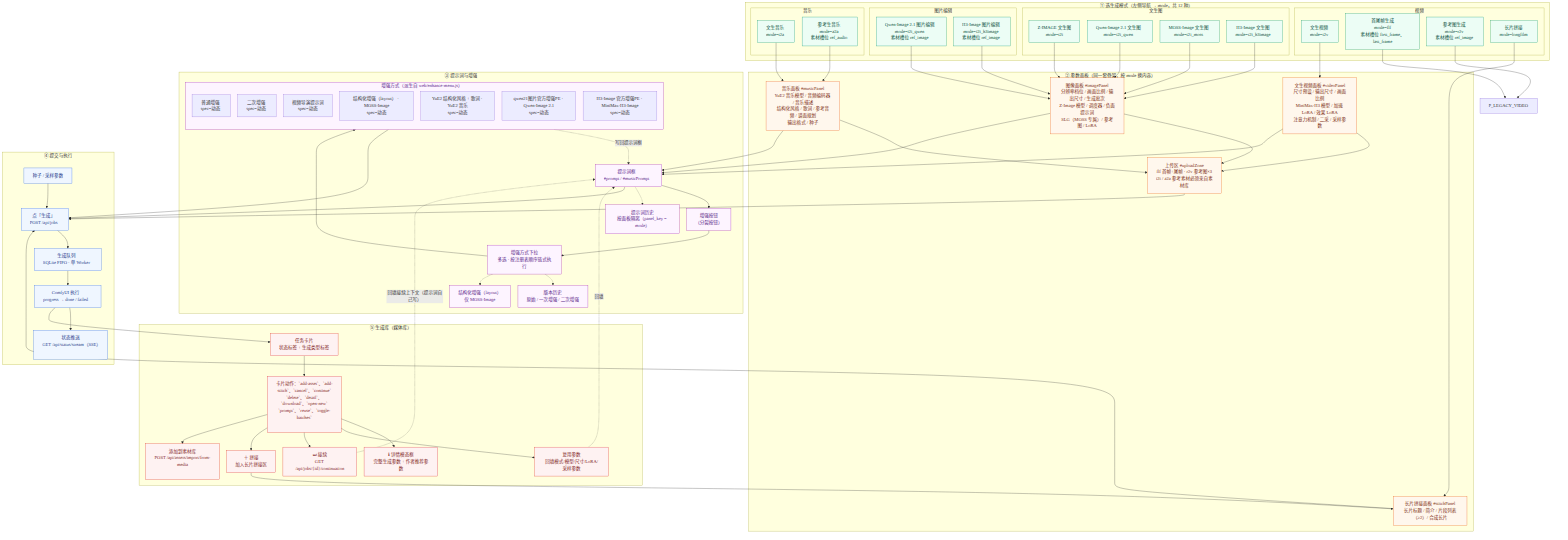
This is docs/交互流程图-创作链路.png from pixelaigc/ComfyUI-MiniMax-H3-Studio, a Mermaid export, as it was before one commit. Its source is kept beside it as docs/交互流程图-创作链路.mmd.
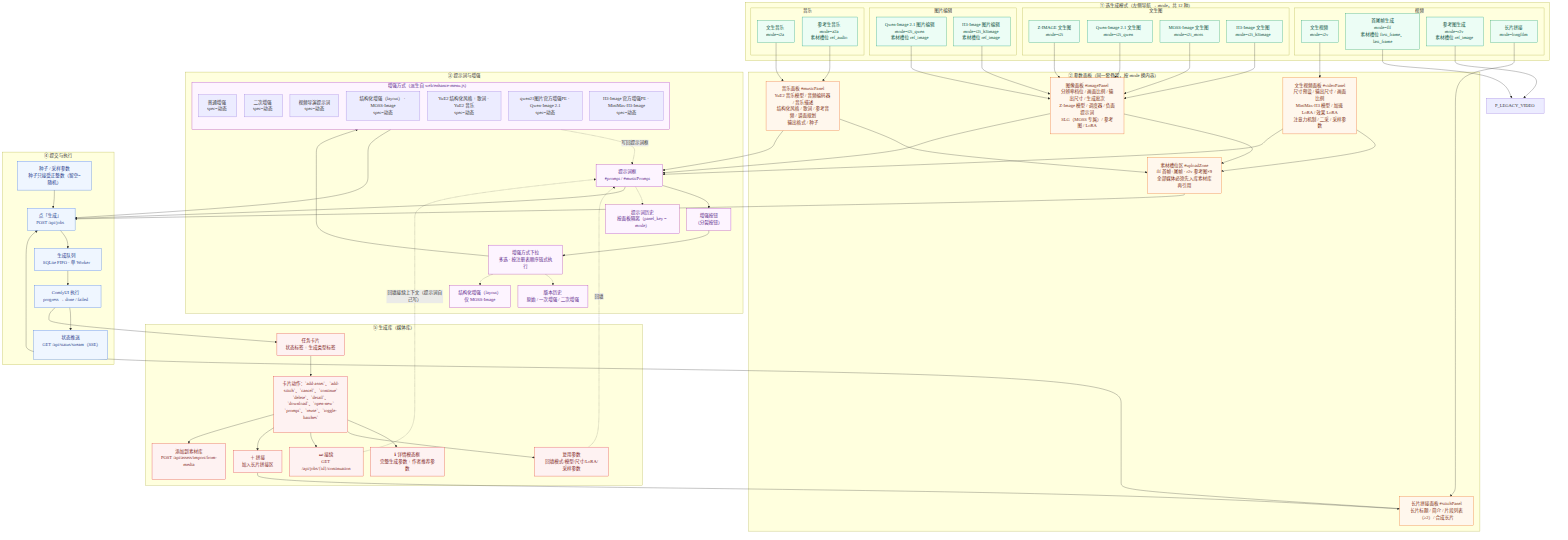
The same file after the commit.

Diff of the diagram source:
```diff
@@ -35,7 +35,7 @@
     P_IMAGE["图像面板 #imagePanel<br/>分辨率档位 / 画面比例 / 输出尺寸 / 生成批次<br/>Z-Image 模型 / 调度器 / 负面提示词<br/>SLG（MOSS 专属）/ 参考图 / LoRA"]
     P_MUSIC["音乐面板 #musicPanel<br/>YuE2 音乐模型 / 音频编码器 / 音乐描述<br/>结构化风格 / 歌词 / 参考音频 / 谱面规划<br/>输出格式 / 种子"]
     P_STITCH["长片拼接面板 #stitchPanel<br/>长片标题 / 简介 / 片段列表（≥2）/ 合成长片"]
-    P_UPLOAD["上传区 #uploadZone<br/>flf 首帧+尾帧 · r2v 参考图×3<br/>i2i / a2a 参考素材必须来自素材库"]
+    P_UPLOAD["素材槽位区 #uploadZone<br/>flf 首帧+尾帧 · r2v 参考图×9<br/>全部媒体必须先入库素材库再引用"]
   end
 
   M_t2v --> P_VIDEO
@@ -89,7 +89,7 @@
 
   subgraph RUN["④ 提交与执行"]
     direction LR
-    SEED["种子 / 采样参数"]
+    SEED["种子 / 采样参数<br/>种子只接受正整数（留空=随机）"]
     GEN["点「生成」<br/>POST /api/jobs"]
     QUEUE["生成队列<br/>SQLite FIFO · 单 Worker"]
     COMFY["ComfyUI 执行<br/>progress → done / failed"]
```
